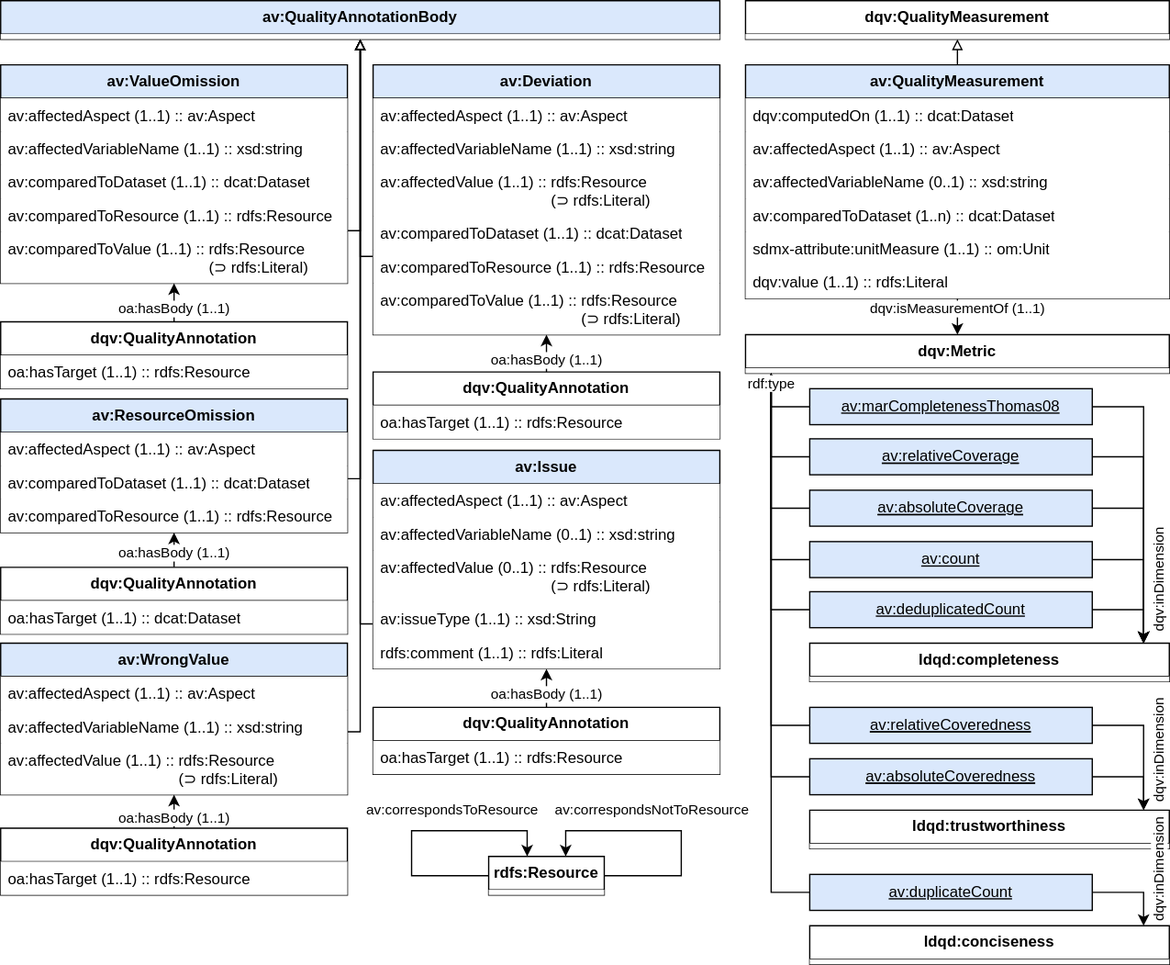
Before: abecto-vocabulary-results.drawio.svg, a diagram exported from draw.io (fusion-jena/abecto-vocabulary). Source tidied: cells renumbered, new cells last; positions are measured from the earlier drawing's top-left corner, leaving out a move shared by most shapes.
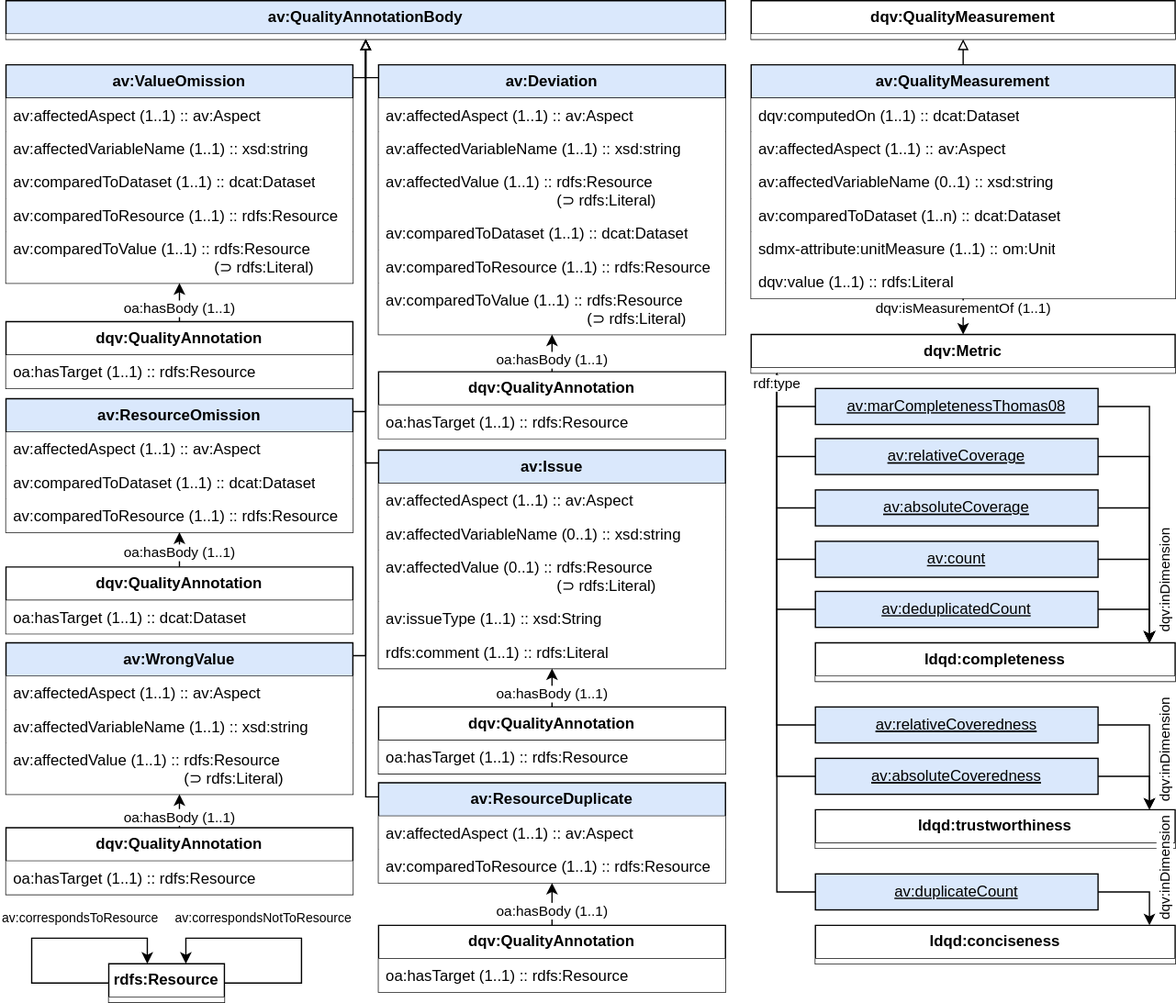
After the change.

Commit message:
add quality annotation class: resource duplicate

Change to the diagram source:
```diff
@@ -11,35 +11,35 @@
     <mxCell id="4" style="rounded=0;jettySize=auto;html=1;spacingTop=8;endArrow=block;endFill=0;edgeStyle=orthogonalEdgeStyle;" parent="1" edge="1" source="44" target="2">
       <mxGeometry relative="1" as="geometry">
         <Array as="points">
-          <mxPoint x="280" y="569" />
+          <mxPoint x="280" y="510" />
         </Array>
       </mxGeometry>
     </mxCell>
     <mxCell id="5" style="rounded=0;jettySize=auto;html=1;spacingTop=8;endArrow=block;endFill=0;edgeStyle=orthogonalEdgeStyle;" parent="1" edge="1" source="35" target="2">
       <mxGeometry relative="1" as="geometry">
         <Array as="points">
-          <mxPoint x="280" y="485" />
+          <mxPoint x="280" y="360" />
         </Array>
       </mxGeometry>
     </mxCell>
     <mxCell id="6" style="rounded=0;jettySize=auto;html=1;spacingTop=8;endArrow=block;endFill=0;edgeStyle=orthogonalEdgeStyle;" parent="1" edge="1" source="26" target="2">
       <mxGeometry relative="1" as="geometry">
         <Array as="points">
-          <mxPoint x="280" y="372" />
+          <mxPoint x="280" y="320" />
         </Array>
       </mxGeometry>
     </mxCell>
     <mxCell id="7" style="rounded=0;jettySize=auto;html=1;spacingTop=8;endArrow=block;endFill=0;edgeStyle=orthogonalEdgeStyle;" parent="1" edge="1" source="19" target="2">
       <mxGeometry relative="1" as="geometry">
         <Array as="points">
-          <mxPoint x="280" y="179" />
+          <mxPoint x="280" y="60" />
         </Array>
       </mxGeometry>
     </mxCell>
     <mxCell id="8" style="rounded=0;jettySize=auto;html=1;spacingTop=8;endArrow=block;endFill=0;edgeStyle=orthogonalEdgeStyle;" parent="1" edge="1" source="9" target="2">
       <mxGeometry relative="1" as="geometry">
         <Array as="points">
-          <mxPoint x="280" y="199" />
+          <mxPoint x="280" y="60" />
         </Array>
       </mxGeometry>
     </mxCell>
@@ -263,28 +263,28 @@
         </Array>
       </mxGeometry>
     </mxCell>
-    <mxCell id="73" value="av:correspondsToResource" style="rounded=0;orthogonalLoop=1;jettySize=auto;html=1;startArrow=none;startFill=0;labelPosition=left;verticalLabelPosition=middle;align=right;verticalAlign=middle;edgeStyle=orthogonalEdgeStyle;fontSize=11;strokeWidth=1;" parent="1" edge="1" source="75" target="75">
+    <mxCell id="73" value="av:correspondsToResource" style="rounded=0;orthogonalLoop=1;jettySize=auto;html=1;startArrow=none;startFill=0;labelPosition=left;verticalLabelPosition=middle;align=right;verticalAlign=middle;edgeStyle=orthogonalEdgeStyle;fontSize=10;strokeWidth=1;" parent="1" edge="1" source="75" target="75">
       <mxGeometry x="0.81" y="19" relative="1" as="geometry">
         <Array as="points">
-          <mxPoint x="320" y="681" />
-          <mxPoint x="320" y="646" />
-          <mxPoint x="410" y="646" />
+          <mxPoint x="20" y="765" />
+          <mxPoint x="20" y="730" />
+          <mxPoint x="110" y="730" />
         </Array>
         <mxPoint x="-9" y="-16" as="offset" />
       </mxGeometry>
     </mxCell>
-    <mxCell id="74" value="av:correspondsNotToResource" style="rounded=0;orthogonalLoop=1;jettySize=auto;html=1;startArrow=none;startFill=0;labelPosition=right;verticalLabelPosition=middle;align=left;verticalAlign=middle;edgeStyle=orthogonalEdgeStyle;fontSize=11;strokeWidth=1;" parent="1" edge="1" source="75" target="75">
+    <mxCell id="74" value="av:correspondsNotToResource" style="rounded=0;orthogonalLoop=1;jettySize=auto;html=1;startArrow=none;startFill=0;labelPosition=right;verticalLabelPosition=middle;align=left;verticalAlign=middle;edgeStyle=orthogonalEdgeStyle;fontSize=10;strokeWidth=1;" parent="1" edge="1" source="75" target="75">
       <mxGeometry x="0.81" y="-19" relative="1" as="geometry">
         <Array as="points">
-          <mxPoint x="530" y="681" />
-          <mxPoint x="530" y="646" />
-          <mxPoint x="440" y="646" />
+          <mxPoint x="230" y="765" />
+          <mxPoint x="230" y="730" />
+          <mxPoint x="140" y="730" />
         </Array>
         <mxPoint x="9" y="-16" as="offset" />
       </mxGeometry>
     </mxCell>
     <mxCell id="75" value="&lt;b&gt;rdfs:Resource&lt;/b&gt;" style="swimlane;fontStyle=0;horizontal=1;startSize=26;whiteSpace=wrap;html=1;" parent="1" vertex="1">
-      <mxGeometry x="380" y="666" width="90" height="30" as="geometry" />
+      <mxGeometry x="80" y="750" width="90" height="30" as="geometry" />
     </mxCell>
     <mxCell id="76" style="text;align=left;verticalAlign=top;spacingLeft=4;spacingRight=4;overflow=hidden;whiteSpace=wrap;html=1;fillColor=default;" parent="75" vertex="1">
       <mxGeometry y="26" width="90" height="4" as="geometry" />
@@ -388,5 +388,30 @@
         </Array>
       </mxGeometry>
     </mxCell>
+    <mxCell id="98" value="&lt;b&gt;av:ResourceDuplicate&lt;/b&gt;" style="swimlane;fontStyle=0;horizontal=1;startSize=26;whiteSpace=wrap;html=1;fillColor=#dae8fc;strokeColor=#000000;" parent="1" vertex="1">
+      <mxGeometry x="290" y="609" width="270" height="78" as="geometry" />
+    </mxCell>
+    <mxCell id="99" value="av:affectedAspect (1..1) :: av:Aspect" style="text;align=left;verticalAlign=top;spacingLeft=4;spacingRight=4;overflow=hidden;whiteSpace=wrap;html=1;fillColor=default;" parent="98" vertex="1">
+      <mxGeometry y="26" width="270" height="26" as="geometry" />
+    </mxCell>
+    <mxCell id="100" value="av:comparedToResource (1..1) :: rdfs:Resource" style="text;align=left;verticalAlign=top;spacingLeft=4;spacingRight=4;overflow=hidden;whiteSpace=wrap;html=1;fillColor=default;" parent="98" vertex="1">
+      <mxGeometry y="52" width="270" height="26" as="geometry" />
+    </mxCell>
+    <mxCell id="101" value="oa:hasBody (1..1)" style="edgeStyle=none;rounded=0;jettySize=auto;html=1;" parent="1" edge="1" source="102" target="98">
+      <mxGeometry x="-0.33" relative="1" as="geometry" />
+    </mxCell>
+    <mxCell id="102" value="&lt;b&gt;dqv:QualityAnnotation&lt;/b&gt;" style="swimlane;fontStyle=0;horizontal=1;startSize=26;whiteSpace=wrap;html=1;" parent="1" vertex="1">
+      <mxGeometry x="290" y="720" width="270" height="52" as="geometry" />
+    </mxCell>
+    <mxCell id="103" value="oa:hasTarget (1..1) :: rdfs:Resource" style="text;align=left;verticalAlign=top;spacingLeft=4;spacingRight=4;overflow=hidden;whiteSpace=wrap;html=1;fillColor=default;" parent="102" vertex="1">
+      <mxGeometry y="26" width="270" height="26" as="geometry" />
+    </mxCell>
+    <mxCell id="104" style="rounded=0;jettySize=auto;html=1;spacingTop=8;endArrow=block;endFill=0;edgeStyle=orthogonalEdgeStyle;" parent="1" edge="1" source="98" target="2">
+      <mxGeometry relative="1" as="geometry">
+        <Array as="points">
+          <mxPoint x="280" y="620" />
+        </Array>
+      </mxGeometry>
+    </mxCell>
   </root>
 </mxGraphModel>
```
